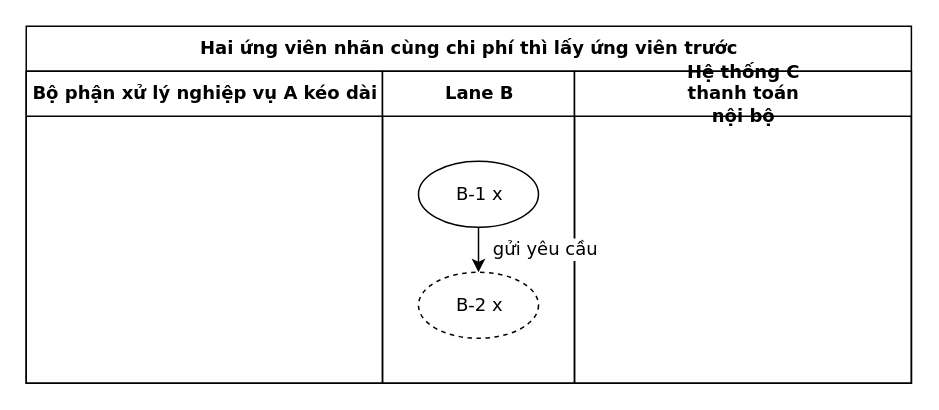
The draw.io diagram conformance/golden/cases/55-label-tie-first.drawio in luytbq/flowcast, before the edit. Source tidied: cells renumbered, new cells numbered last; positions are measured from the earlier drawing's top-left corner, leaving out a move shared by most shapes. Both pictures are drawn from the tidied source at 150%, with x=0, y=0 at pixel (26, 26).
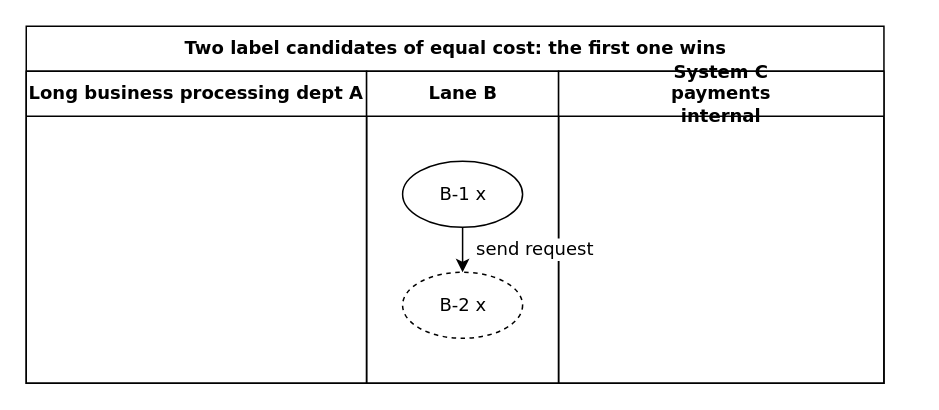
Above is the later version.

Diff of the diagram source:
```diff
@@
 <mxGraphModel>
   <root>
     <mxCell id="0" />
     <mxCell id="1" parent="0" />
-    <mxCell id="2" value="Hai ứng viên nhãn cùng chi phí thì lấy ứng viên trước" style="swimlane;html=1;startSize=30;fontStyle=1;fontFamily=Verdana;fontSize=12;flowtable=1;" parent="1" vertex="1">
-      <mxGeometry width="590.1" height="238" as="geometry" />
+    <mxCell id="2" value="Two label candidates of equal cost: the first one wins" style="swimlane;html=1;startSize=30;fontStyle=1;fontFamily=Verdana;fontSize=12;flowtable=1;" parent="1" vertex="1">
+      <mxGeometry width="571.8" height="238" as="geometry" />
     </mxCell>
-    <mxCell id="3" value="Bộ phận xử lý nghiệp vụ A kéo dài" style="swimlane;html=1;startSize=30;fontFamily=Verdana;fontSize=12;flowtable=1;" parent="2" vertex="1">
-      <mxGeometry y="30" width="237.5" height="208" as="geometry" />
+    <mxCell id="3" value="Long business processing dept A" style="swimlane;html=1;startSize=30;fontFamily=Verdana;fontSize=12;flowtable=1;" parent="2" vertex="1">
+      <mxGeometry y="30" width="226.9" height="208" as="geometry" />
     </mxCell>
     <mxCell id="4" value="Lane B" style="swimlane;html=1;startSize=30;fontFamily=Verdana;fontSize=12;flowtable=1;" parent="2" vertex="1">
-      <mxGeometry x="237.5" y="30" width="128" height="208" as="geometry" />
+      <mxGeometry x="226.9" y="30" width="128" height="208" as="geometry" />
     </mxCell>
-    <mxCell id="5" value="Hệ thống C&lt;br&gt;thanh toán&lt;br&gt;nội bộ" style="swimlane;html=1;startSize=30;fontFamily=Verdana;fontSize=12;flowtable=1;" parent="2" vertex="1">
-      <mxGeometry x="365.5" y="30" width="224.6" height="208" as="geometry" />
+    <mxCell id="5" value="System C&lt;br&gt;payments&lt;br&gt;internal" style="swimlane;html=1;startSize=30;fontFamily=Verdana;fontSize=12;flowtable=1;" parent="2" vertex="1">
+      <mxGeometry x="354.9" y="30" width="216.9" height="208" as="geometry" />
     </mxCell>
     <mxCell id="6" value="B-1 x" style="ellipse;html=1;fontFamily=Verdana;fontSize=12;flowtable=1;" parent="4" vertex="1">
       <mxGeometry x="24" y="60" width="80" height="44" as="geometry" />
     </mxCell>
     <mxCell id="7" value="B-2 x" style="ellipse;html=1;dashed=1;fontFamily=Verdana;fontSize=12;flowtable=1;" parent="4" vertex="1">
       <mxGeometry x="24" y="134" width="80" height="44" as="geometry" />
     </mxCell>
-    <mxCell id="8" value="gửi yêu cầu" style="edgeStyle=orthogonalEdgeStyle;rounded=0;jettySize=auto;html=1;labelBackgroundColor=default;exitX=0.5;exitY=1;exitDx=0;exitDy=0;entryX=0.5;entryY=0;entryDx=0;entryDy=0;fontFamily=Verdana;fontSize=12;flowtable=1;" parent="2" edge="1" source="6" target="7">
+    <mxCell id="8" value="send request" style="edgeStyle=orthogonalEdgeStyle;rounded=0;jettySize=auto;html=1;labelBackgroundColor=default;exitX=0.5;exitY=1;exitDx=0;exitDy=0;entryX=0.5;entryY=0;entryDx=0;entryDy=0;fontFamily=Verdana;fontSize=12;flowtable=1;" parent="2" edge="1" source="6" target="7">
       <mxGeometry x="-0.03" relative="1" as="geometry">
-        <mxPoint x="44" as="offset" />
+        <mxPoint x="48.1" as="offset" />
       </mxGeometry>
     </mxCell>
   </root>
 </mxGraphModel>
```
